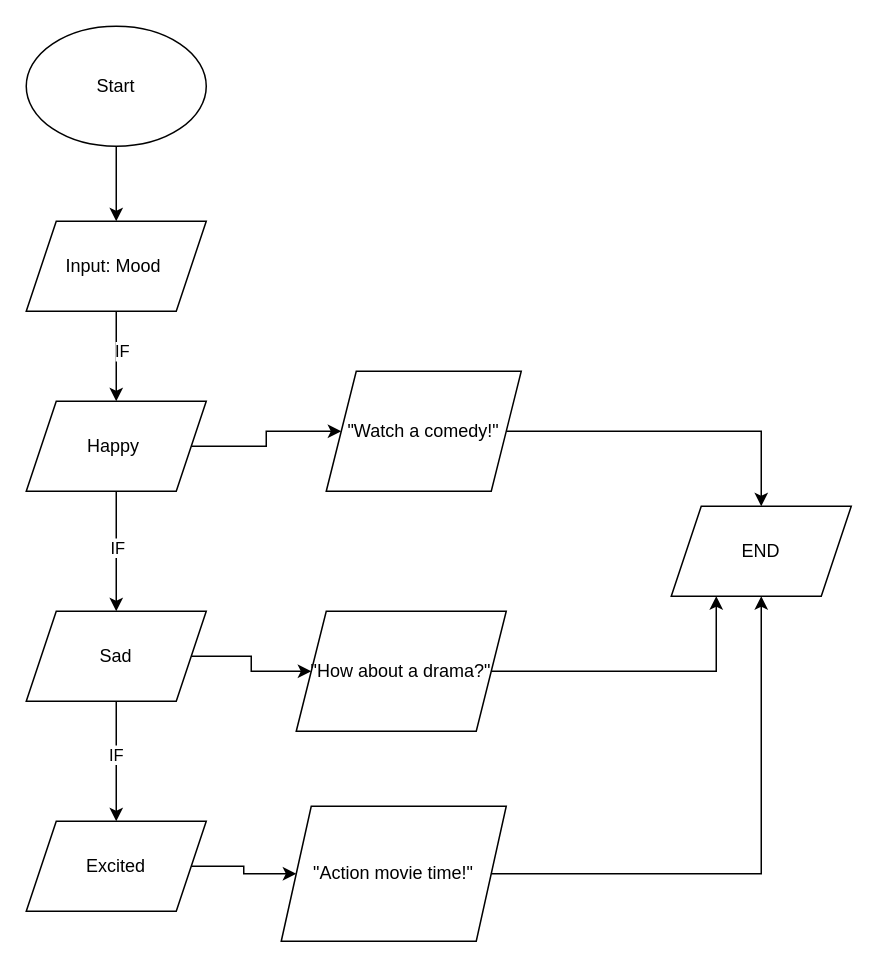
This is page "Page-1" (1 of 2) of home work 4/4 1.drawio from getteeth/scalytv, a draw.io file, before an edit. Source tidied: cells renumbered, new cells numbered last; positions are measured from the earlier drawing's top-left corner, leaving out a move shared by most shapes. Both pictures are drawn from the tidied source at 150%, with x=0, y=0 at pixel (26, 26).
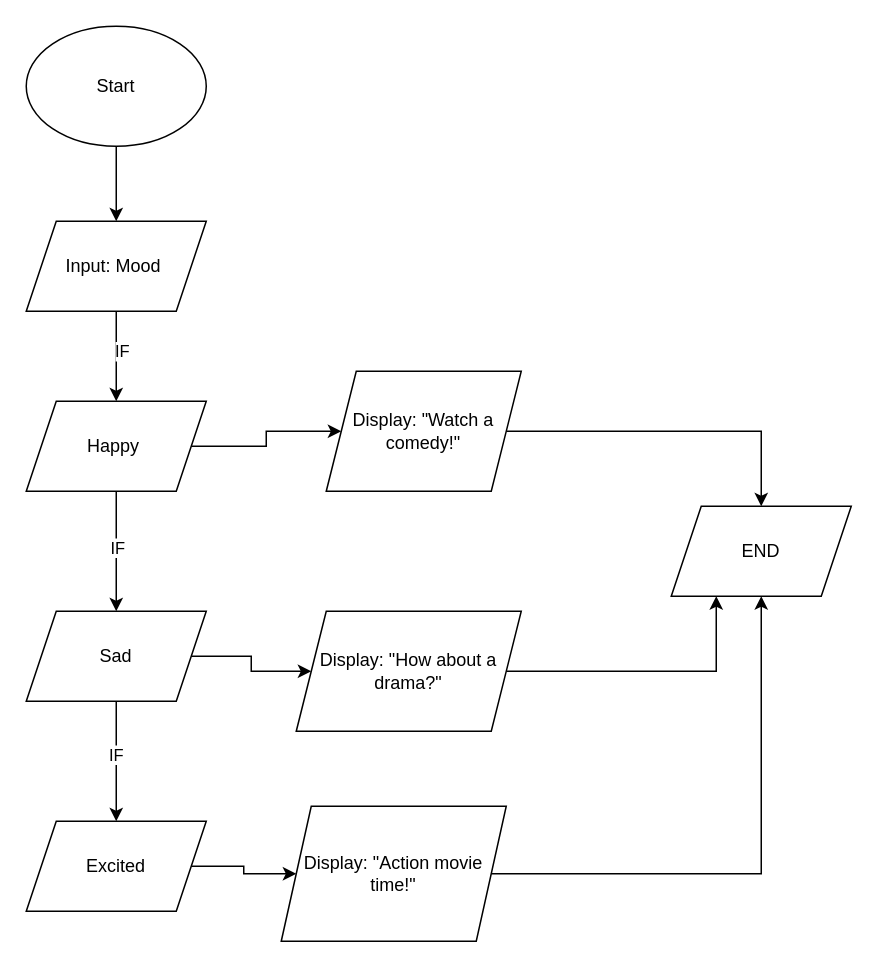
The same page after the edit.

The edit, as a diff of the source:
```diff
@@
-    <mxCell id="12" value="&quot;Watch a comedy!&quot;" style="shape=parallelogram;perimeter=parallelogramPerimeter;whiteSpace=wrap;html=1;fixedSize=1;" parent="1" vertex="1">
+    <mxCell id="12" value="Display: &quot;Watch a comedy!&quot;" style="shape=parallelogram;perimeter=parallelogramPerimeter;whiteSpace=wrap;html=1;fixedSize=1;" parent="1" vertex="1">
       <mxGeometry x="200" y="230" width="130" height="80" as="geometry" />
     </mxCell>
@@
-    <mxCell id="18" value="&quot;How about a drama?&quot;" style="shape=parallelogram;perimeter=parallelogramPerimeter;whiteSpace=wrap;html=1;fixedSize=1;" parent="1" vertex="1">
-      <mxGeometry x="180" y="390" width="140" height="80" as="geometry" />
+    <mxCell id="18" value="Display: &quot;How about a drama?&quot;" style="shape=parallelogram;perimeter=parallelogramPerimeter;whiteSpace=wrap;html=1;fixedSize=1;" parent="1" vertex="1">
+      <mxGeometry x="180" y="390" width="150" height="80" as="geometry" />
     </mxCell>
@@
-    <mxCell id="22" value="&quot;Action movie time!&quot;" style="shape=parallelogram;perimeter=parallelogramPerimeter;whiteSpace=wrap;html=1;fixedSize=1;" parent="1" vertex="1">
+    <mxCell id="22" value="Display: &quot;Action movie time!&quot;" style="shape=parallelogram;perimeter=parallelogramPerimeter;whiteSpace=wrap;html=1;fixedSize=1;" parent="1" vertex="1">
       <mxGeometry x="170" y="520" width="150" height="90" as="geometry" />
     </mxCell>
```
